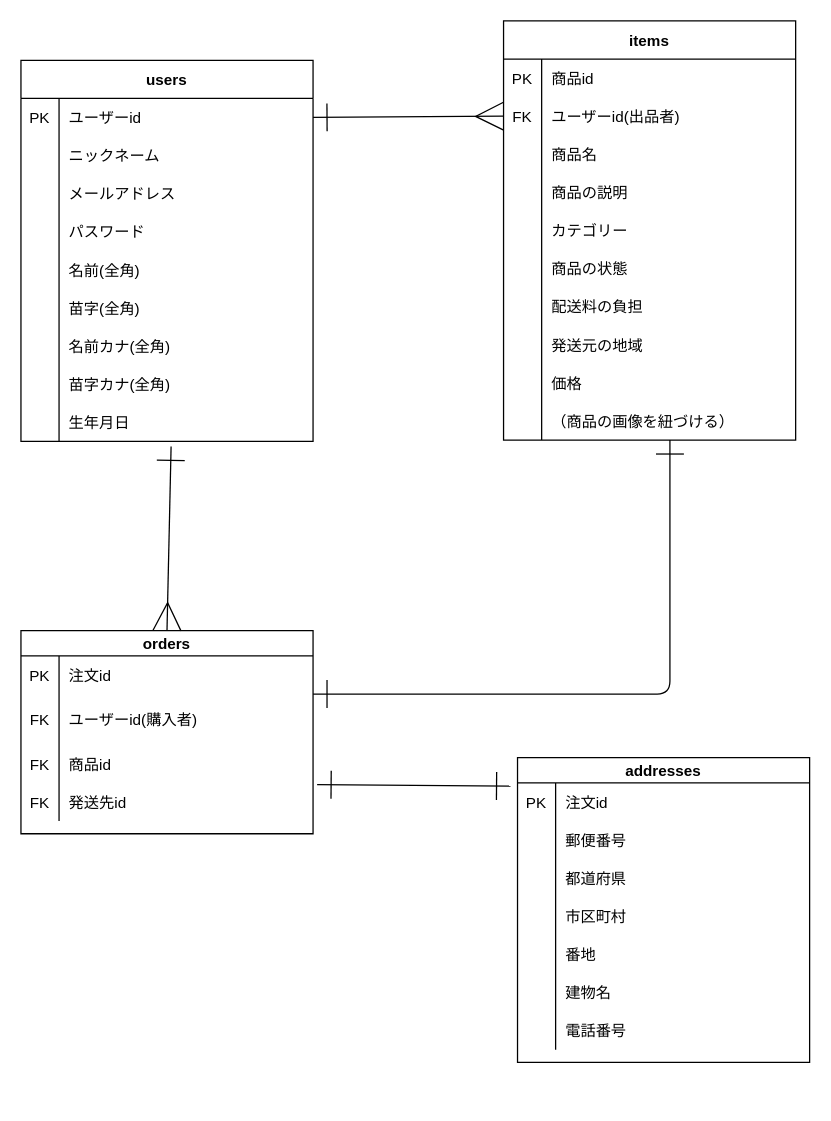
Earlier version of the draw.io diagram ER.dio (shotaro0522/furima-16656). Source tidied: cells renumbered, new cells numbered last; positions are measured from the earlier drawing's top-left corner, leaving out a move shared by most shapes. Both pictures are drawn from the tidied source at 127%, with x=0, y=0 at pixel (20, 20).
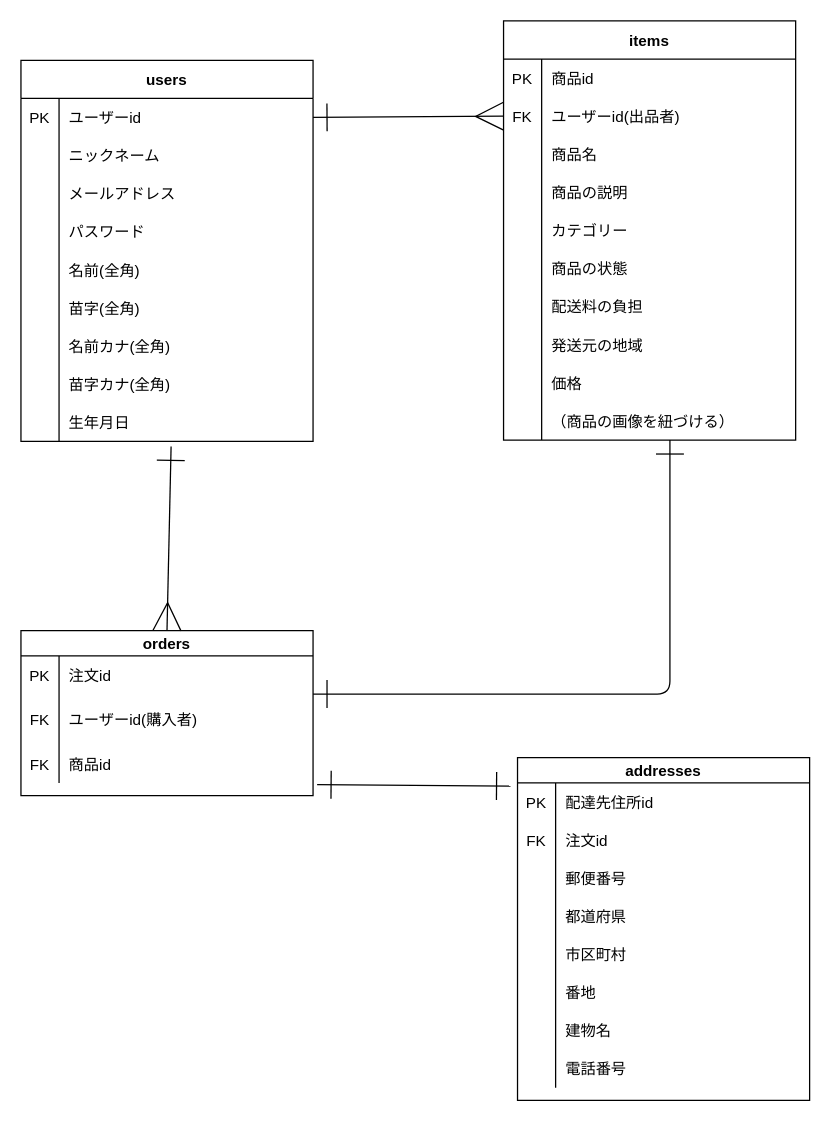
The same diagram, later.

Commit message (it also covers changes not shown here):
【修正】orderテーブルから、addressテーブルの外部キーを削除

The change refers to these unchanged cells:
```xml
<mxCell id="76" style="shape=partialRectangle;fillColor=none;top=0;left=0;bottom=0;right=0;points=[[0,0.5],[1,0.5]];portConstraint=eastwest;" parent="75" vertex="1">
  <mxGeometry y="20" width="230" height="30" as="geometry" />
</mxCell>
```

Diff of the diagram source:
```diff
@@
     <mxCell id="30" value="orders" style="shape=table;startSize=20;childLayout=tableLayout;rowLines=0;fontStyle=1;align=center;" parent="1" vertex="1">
-      <mxGeometry y="480" width="230" height="160" as="geometry" />
+      <mxGeometry y="480" width="230" height="130" as="geometry" />
     </mxCell>
@@
-    <mxCell id="40" style="shape=partialRectangle;fillColor=none;top=0;left=0;bottom=0;right=0;points=[[0,0.5],[1,0.5]];portConstraint=eastwest;" parent="30" vertex="1">
-      <mxGeometry y="120" width="230" height="30" as="geometry" />
-    </mxCell>
-    <mxCell id="41" value="FK" style="shape=partialRectangle;fillColor=none;top=0;left=0;bottom=0;right=0;overflow=hidden;" parent="40" vertex="1">
-      <mxGeometry width="30" height="30" as="geometry" />
-    </mxCell>
-    <mxCell id="42" value="発送先id" style="shape=partialRectangle;fillColor=none;top=0;left=0;bottom=0;right=0;align=left;spacingLeft=6;overflow=hidden;" parent="40" vertex="1">
-      <mxGeometry x="30" width="200" height="30" as="geometry" />
-    </mxCell>
@@
     <mxCell id="75" value="addresses" style="shape=table;startSize=20;childLayout=tableLayout;rowLines=0;fontStyle=1;align=center;" parent="1" vertex="1">
-      <mxGeometry x="391" y="580" width="230" height="240" as="geometry" />
+      <mxGeometry x="391" y="580" width="230" height="270" as="geometry" />
     </mxCell>
@@
-    <mxCell id="78" value="注文id" style="shape=partialRectangle;fillColor=none;top=0;left=0;bottom=0;right=0;align=left;spacingLeft=6;overflow=hidden;" parent="76" vertex="1">
+    <mxCell id="78" value="配達先住所id" style="shape=partialRectangle;fillColor=none;top=0;left=0;bottom=0;right=0;align=left;spacingLeft=6;overflow=hidden;" parent="76" vertex="1">
       <mxGeometry x="30" width="200" height="30" as="geometry" />
     </mxCell>
+    <mxCell id="100" style="shape=partialRectangle;fillColor=none;top=0;left=0;bottom=0;right=0;" parent="75" vertex="1">
+      <mxGeometry y="50" width="230" height="30" as="geometry" />
+    </mxCell>
+    <mxCell id="41" value="FK" style="shape=partialRectangle;fillColor=none;top=0;left=0;bottom=0;right=0;overflow=hidden;" parent="100" vertex="1">
+      <mxGeometry width="30" height="30" as="geometry" />
+    </mxCell>
+    <mxCell id="101" value="注文id" style="shape=partialRectangle;fillColor=none;top=0;left=0;bottom=0;right=0;align=left;spacingLeft=6;overflow=hidden;" parent="100" vertex="1">
+      <mxGeometry x="30" width="200" height="30" as="geometry" />
+    </mxCell>
     <mxCell id="79" style="shape=partialRectangle;fillColor=none;top=0;left=0;bottom=0;right=0;" parent="75" vertex="1">
-      <mxGeometry y="50" width="230" height="30" as="geometry" />
+      <mxGeometry y="80" width="230" height="30" as="geometry" />
     </mxCell>
@@
     <mxCell id="82" style="shape=partialRectangle;fillColor=none;top=0;left=0;bottom=0;right=0;" parent="75" vertex="1">
-      <mxGeometry y="80" width="230" height="30" as="geometry" />
+      <mxGeometry y="110" width="230" height="30" as="geometry" />
     </mxCell>
@@
     <mxCell id="85" style="shape=partialRectangle;fillColor=none;top=0;left=0;bottom=0;right=0;" parent="75" vertex="1">
-      <mxGeometry y="110" width="230" height="30" as="geometry" />
+      <mxGeometry y="140" width="230" height="30" as="geometry" />
     </mxCell>
@@
     <mxCell id="88" style="shape=partialRectangle;fillColor=none;top=0;left=0;bottom=0;right=0;" parent="75" vertex="1">
-      <mxGeometry y="140" width="230" height="30" as="geometry" />
+      <mxGeometry y="170" width="230" height="30" as="geometry" />
     </mxCell>
@@
     <mxCell id="91" style="shape=partialRectangle;fillColor=none;top=0;left=0;bottom=0;right=0;" parent="75" vertex="1">
-      <mxGeometry y="170" width="230" height="30" as="geometry" />
+      <mxGeometry y="200" width="230" height="30" as="geometry" />
     </mxCell>
@@
     <mxCell id="94" style="shape=partialRectangle;fillColor=none;top=0;left=0;bottom=0;right=0;" parent="75" vertex="1">
-      <mxGeometry y="200" width="230" height="30" as="geometry" />
+      <mxGeometry y="230" width="230" height="30" as="geometry" />
     </mxCell>
@@
-    <mxCell id="99" style="edgeStyle=none;html=1;exitX=1.014;exitY=0.042;exitDx=0;exitDy=0;entryX=-0.024;entryY=0.083;entryDx=0;entryDy=0;endArrow=ERone;endFill=0;startArrow=ERone;startFill=0;strokeWidth=1;endSize=20;startSize=20;exitPerimeter=0;entryPerimeter=0;" parent="1" edge="1" source="40" target="76">
-      <mxGeometry relative="1" as="geometry" />
+    <mxCell id="99" style="edgeStyle=none;html=1;exitX=1.014;exitY=0.042;exitDx=0;exitDy=0;entryX=-0.024;entryY=0.083;entryDx=0;entryDy=0;endArrow=ERone;endFill=0;startArrow=ERone;startFill=0;strokeWidth=1;endSize=20;startSize=20;exitPerimeter=0;entryPerimeter=0;" parent="1" edge="1" target="76">
+      <mxGeometry relative="1" as="geometry">
+        <mxPoint x="233.2" y="601.3" as="sourcePoint" />
+      </mxGeometry>
     </mxCell>
```
